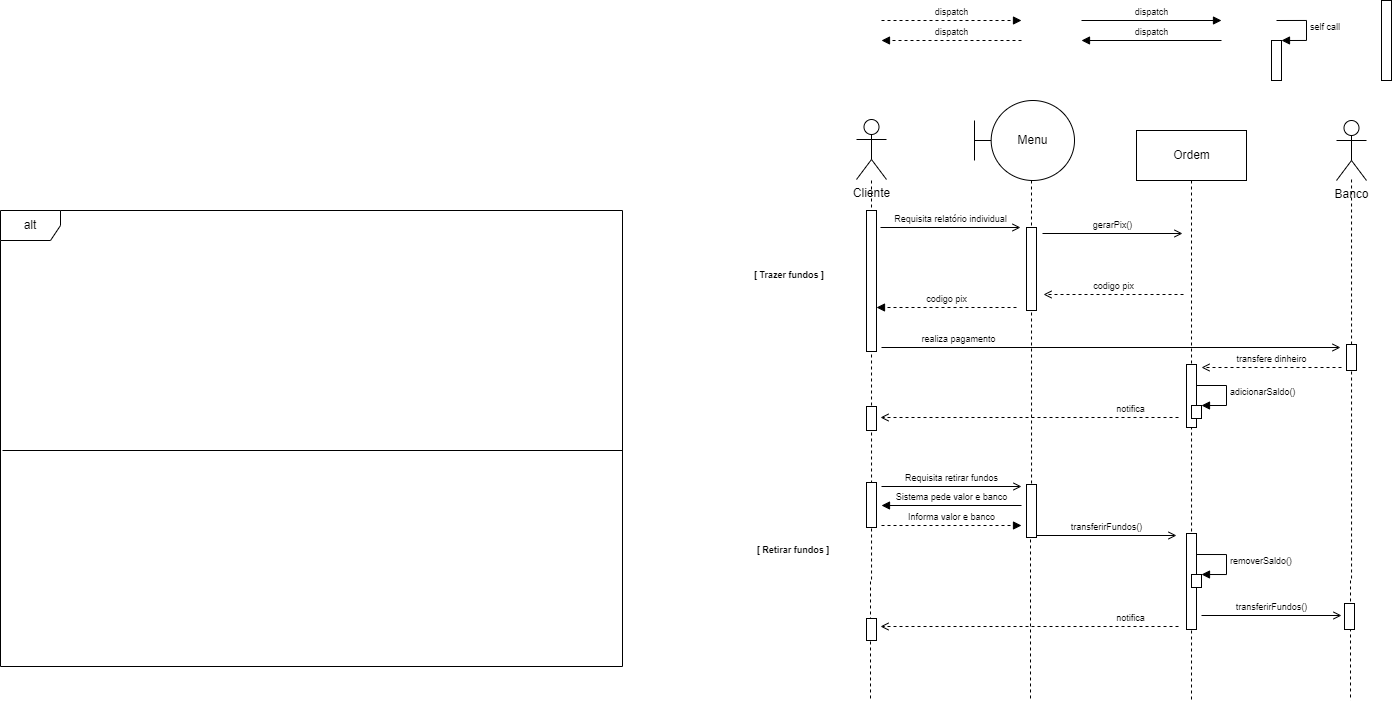
Earlier version of the draw.io export MarketDiagramasDeSequencia/MarketSequencia06.drawio.png (EijiDogen/FEI_MDSMarket). Source tidied: cells renumbered, new cells last; positions are measured from the earlier drawing's top-left corner, leaving out a move shared by most shapes.
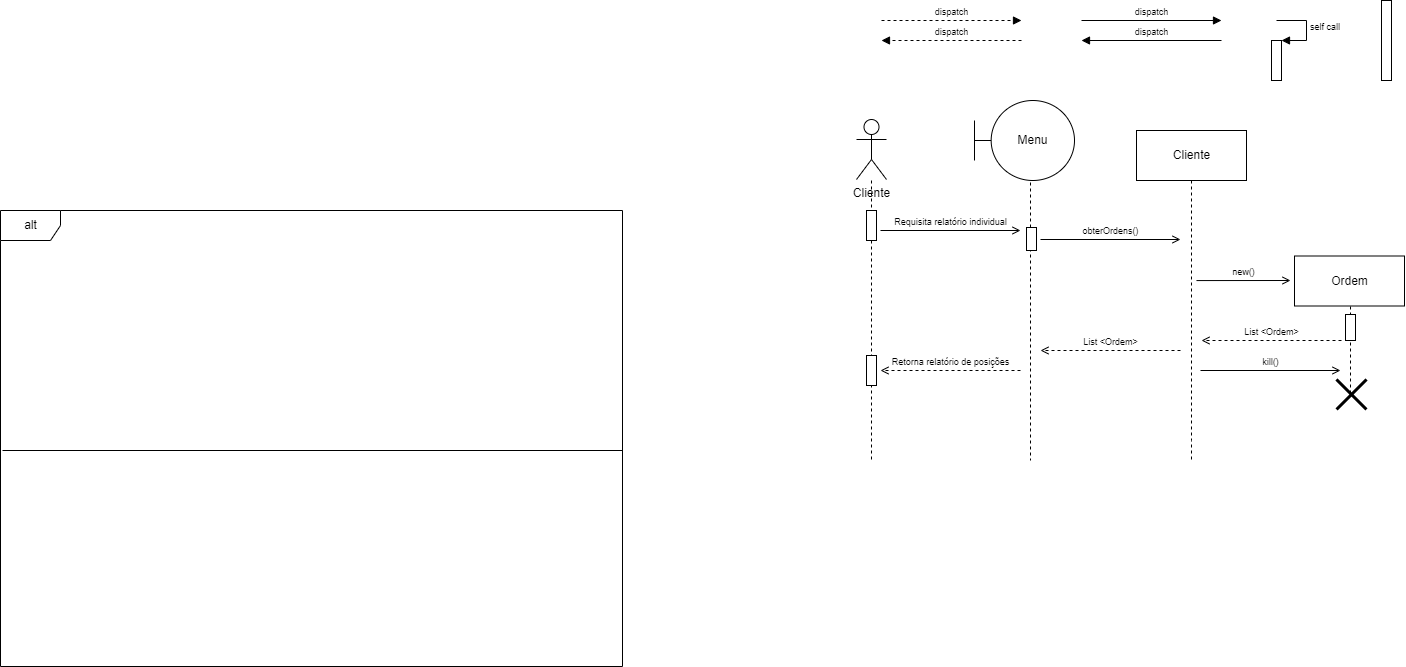
After the change.

Change to the diagram source:
```diff
@@ -5,9 +5,6 @@
     <mxCell id="2" value="alt" style="shape=umlFrame;whiteSpace=wrap;html=1;" parent="1" vertex="1">
       <mxGeometry y="210" width="622" height="456" as="geometry" />
     </mxCell>
-    <mxCell id="3" value="[ Trazer fundos&amp;nbsp;]" style="text;html=1;strokeColor=none;fillColor=none;align=center;verticalAlign=middle;whiteSpace=wrap;rounded=0;fontSize=9;fontStyle=1;" parent="1" vertex="1">
-      <mxGeometry x="730" y="260" width="118" height="30" as="geometry" />
-    </mxCell>
     <mxCell id="4" style="line;strokeWidth=1;fillColor=none;align=left;verticalAlign=middle;spacingTop=-1;spacingLeft=3;spacingRight=3;labelPosition=right;" parent="1" vertex="1">
       <mxGeometry x="2" y="446" width="620" height="8" as="geometry" />
     </mxCell>
@@ -15,34 +12,33 @@
     <mxCell id="6" style="edgeStyle=orthogonalEdgeStyle;rounded=0;orthogonalLoop=1;jettySize=auto;html=1;dashed=1;endArrow=none;endFill=0;" parent="5" edge="1">
       <mxGeometry relative="1" as="geometry">
         <mxPoint x="871" y="180" as="sourcePoint" />
-        <mxPoint x="870" y="700" as="targetPoint" />
+        <mxPoint x="870" y="460" as="targetPoint" />
         <Array as="points">
-          <mxPoint x="871" y="580" />
+          <mxPoint x="871" y="460" />
         </Array>
       </mxGeometry>
     </mxCell>
-    <mxCell id="7" value="Banco" style="shape=umlActor;verticalLabelPosition=bottom;verticalAlign=top;html=1;" parent="5" vertex="1">
-      <mxGeometry x="1336" y="120" width="30" height="60" as="geometry" />
-    </mxCell>
     <mxCell id="8" style="edgeStyle=orthogonalEdgeStyle;rounded=0;orthogonalLoop=1;jettySize=auto;html=1;dashed=1;endArrow=none;endFill=0;anchorPointDirection=1;" parent="5" edge="1">
       <mxGeometry relative="1" as="geometry">
         <mxPoint x="1191" y="180" as="sourcePoint" />
-        <mxPoint x="1191" y="700" as="targetPoint" />
+        <mxPoint x="1190" y="460" as="targetPoint" />
         <Array as="points">
-          <mxPoint x="1191" y="580" />
+          <mxPoint x="1191" y="440" />
+          <mxPoint x="1191" y="440" />
         </Array>
       </mxGeometry>
     </mxCell>
     <mxCell id="9" style="edgeStyle=orthogonalEdgeStyle;rounded=0;orthogonalLoop=1;jettySize=auto;html=1;dashed=1;endArrow=none;endFill=0;" parent="5" edge="1">
       <mxGeometry relative="1" as="geometry">
-        <mxPoint x="1351" y="179" as="sourcePoint" />
-        <mxPoint x="1350" y="700" as="targetPoint" />
+        <mxPoint x="1350" y="300" as="sourcePoint" />
+        <mxPoint x="1350" y="393" as="targetPoint" />
         <Array as="points">
-          <mxPoint x="1351" y="580" />
+          <mxPoint x="1350" y="383" />
+          <mxPoint x="1350" y="383" />
         </Array>
       </mxGeometry>
     </mxCell>
-    <mxCell id="10" value="Ordem" style="html=1;" parent="5" vertex="1">
+    <mxCell id="10" value="Cliente" style="html=1;" parent="5" vertex="1">
       <mxGeometry x="1136" y="130" width="110" height="50" as="geometry" />
     </mxCell>
     <mxCell id="11" value="Cliente" style="shape=umlActor;verticalLabelPosition=bottom;verticalAlign=top;html=1;" parent="5" vertex="1">
@@ -50,133 +46,55 @@
     </mxCell>
     <mxCell id="12" style="edgeStyle=orthogonalEdgeStyle;rounded=0;orthogonalLoop=1;jettySize=auto;html=1;endArrow=none;endFill=0;dashed=1;" parent="5" edge="1">
       <mxGeometry relative="1" as="geometry">
-        <mxPoint x="1031" y="180" as="sourcePoint" />
-        <mxPoint x="1030" y="700" as="targetPoint" />
+        <mxPoint x="1030" y="170" as="sourcePoint" />
+        <mxPoint x="1030" y="460" as="targetPoint" />
         <Array as="points">
-          <mxPoint x="1031" y="510" />
-          <mxPoint x="1030" y="510" />
-          <mxPoint x="1030" y="587" />
+          <mxPoint x="1030" y="450" />
         </Array>
       </mxGeometry>
     </mxCell>
+    <mxCell id="51" value="Ordem" style="html=1;" parent="5" vertex="1">
+      <mxGeometry x="1294" y="255.5" width="110" height="50" as="geometry" />
+    </mxCell>
     <mxCell id="13" value="Active" parent="0" />
     <mxCell id="14" style="html=1;perimeter=orthogonalPerimeter;fontSize=9;" parent="13" vertex="1">
       <mxGeometry x="1381" width="10" height="80" as="geometry" />
     </mxCell>
     <mxCell id="15" style="html=1;perimeter=orthogonalPerimeter;fontSize=9;" parent="13" vertex="1">
-      <mxGeometry x="866" y="210" width="10" height="141" as="geometry" />
+      <mxGeometry x="866" y="210" width="10" height="30" as="geometry" />
     </mxCell>
     <mxCell id="16" style="html=1;perimeter=orthogonalPerimeter;fontSize=9;" parent="13" vertex="1">
-      <mxGeometry x="1026" y="227" width="10" height="83" as="geometry" />
+      <mxGeometry x="1026" y="227" width="10" height="23" as="geometry" />
     </mxCell>
     <mxCell id="17" style="html=1;perimeter=orthogonalPerimeter;fontSize=9;" parent="13" vertex="1">
-      <mxGeometry x="1346" y="344" width="10" height="26" as="geometry" />
+      <mxGeometry x="1345" y="314" width="10" height="26" as="geometry" />
     </mxCell>
-    <mxCell id="18" style="html=1;perimeter=orthogonalPerimeter;fontSize=9;" parent="13" vertex="1">
-      <mxGeometry x="1186" y="364" width="10" height="63" as="geometry" />
-    </mxCell>
-    <mxCell id="19" style="html=1;points=[];perimeter=orthogonalPerimeter;" parent="13" vertex="1">
-      <mxGeometry x="1191" y="405" width="10" height="13" as="geometry" />
-    </mxCell>
-    <mxCell id="20" value="adicionarSaldo()" style="edgeStyle=orthogonalEdgeStyle;html=1;align=left;spacingLeft=2;endArrow=block;rounded=0;entryX=1;entryY=0;fontSize=9;" parent="13" edge="1" target="19">
-      <mxGeometry relative="1" as="geometry">
-        <mxPoint x="1196" y="385" as="sourcePoint" />
-        <Array as="points">
-          <mxPoint x="1226" y="385" />
-        </Array>
-      </mxGeometry>
-    </mxCell>
-    <mxCell id="21" value="[ Retirar fundos ]" style="text;html=1;strokeColor=none;fillColor=none;align=center;verticalAlign=middle;whiteSpace=wrap;rounded=0;fontSize=9;fontStyle=1;" parent="13" vertex="1">
-      <mxGeometry x="740" y="535" width="106" height="30" as="geometry" />
-    </mxCell>
     <mxCell id="22" value="Menu" style="shape=umlBoundary;whiteSpace=wrap;html=1;" parent="13" vertex="1">
       <mxGeometry x="974" y="100" width="100" height="80" as="geometry" />
     </mxCell>
-    <mxCell id="23" value="gerarPix()" style="html=1;verticalAlign=bottom;endArrow=open;rounded=0;fontSize=9;endFill=0;" parent="13" edge="1">
+    <mxCell id="23" value="obterOrdens()" style="html=1;verticalAlign=bottom;endArrow=open;rounded=0;fontSize=9;endFill=0;" parent="13" edge="1">
       <mxGeometry relative="1" as="geometry">
-        <mxPoint x="1042" y="233" as="sourcePoint" />
-        <mxPoint x="1182" y="233" as="targetPoint" />
+        <mxPoint x="1040" y="239" as="sourcePoint" />
+        <mxPoint x="1180" y="239" as="targetPoint" />
       </mxGeometry>
     </mxCell>
-    <mxCell id="24" value="codigo pix" style="html=1;verticalAlign=bottom;endArrow=block;rounded=0;dashed=1;fontSize=9;" parent="13" edge="1">
-      <mxGeometry relative="1" as="geometry">
-        <mxPoint x="1016" y="307" as="sourcePoint" />
-        <mxPoint x="876" y="307" as="targetPoint" />
-      </mxGeometry>
-    </mxCell>
-    <mxCell id="25" value="transfere dinheiro" style="html=1;verticalAlign=bottom;endArrow=open;rounded=0;fontSize=9;dashed=1;endFill=0;" parent="13" edge="1">
+    <mxCell id="25" value="List &amp;lt;Ordem&amp;gt;" style="html=1;verticalAlign=bottom;endArrow=open;rounded=0;fontSize=9;dashed=1;endFill=0;" parent="13" edge="1">
       <mxGeometry relative="1" as="geometry">
-        <mxPoint x="1341" y="367" as="sourcePoint" />
-        <mxPoint x="1201" y="367" as="targetPoint" />
+        <mxPoint x="1341" y="340" as="sourcePoint" />
+        <mxPoint x="1201" y="340" as="targetPoint" />
       </mxGeometry>
     </mxCell>
-    <mxCell id="26" value="notifica" style="html=1;verticalAlign=bottom;endArrow=open;rounded=0;fontSize=9;dashed=1;endFill=0;" parent="13" edge="1">
-      <mxGeometry x="-0.68" relative="1" as="geometry">
-        <mxPoint x="1178" y="417" as="sourcePoint" />
-        <mxPoint x="880" y="417" as="targetPoint" />
+    <mxCell id="26" value="Retorna relatório de posições" style="html=1;verticalAlign=bottom;endArrow=open;rounded=0;fontSize=9;dashed=1;endFill=0;" parent="13" edge="1">
+      <mxGeometry relative="1" as="geometry">
+        <mxPoint x="1020" y="370" as="sourcePoint" />
+        <mxPoint x="880" y="370" as="targetPoint" />
       </mxGeometry>
     </mxCell>
-    <mxCell id="27" style="html=1;perimeter=orthogonalPerimeter;fontSize=9;" parent="13" vertex="1">
-      <mxGeometry x="866" y="406" width="10" height="24" as="geometry" />
-    </mxCell>
-    <mxCell id="28" value="Requisita retirar fundos" style="html=1;verticalAlign=bottom;endArrow=open;rounded=0;fontSize=9;endFill=0;" parent="13" edge="1">
-      <mxGeometry relative="1" as="geometry">
-        <mxPoint x="881" y="486" as="sourcePoint" />
-        <mxPoint x="1021" y="486" as="targetPoint" />
-      </mxGeometry>
-    </mxCell>
-    <mxCell id="29" value="Sistema pede valor e banco" style="html=1;verticalAlign=bottom;endArrow=block;rounded=0;fontSize=9;" parent="13" edge="1">
-      <mxGeometry relative="1" as="geometry">
-        <mxPoint x="1021" y="505" as="sourcePoint" />
-        <mxPoint x="881" y="505" as="targetPoint" />
-      </mxGeometry>
-    </mxCell>
-    <mxCell id="30" value="Informa valor e banco" style="html=1;verticalAlign=bottom;endArrow=block;rounded=0;dashed=1;fontSize=9;" parent="13" edge="1">
-      <mxGeometry relative="1" as="geometry">
-        <mxPoint x="881" y="525" as="sourcePoint" />
-        <mxPoint x="1021" y="525" as="targetPoint" />
-      </mxGeometry>
-    </mxCell>
-    <mxCell id="31" value="transferirFundos()" style="html=1;verticalAlign=bottom;endArrow=open;rounded=0;fontSize=9;endFill=0;" parent="13" edge="1">
-      <mxGeometry relative="1" as="geometry">
-        <mxPoint x="1036" y="535" as="sourcePoint" />
-        <mxPoint x="1176" y="535" as="targetPoint" />
-      </mxGeometry>
-    </mxCell>
-    <mxCell id="32" value="transferirFundos()" style="html=1;verticalAlign=bottom;endArrow=open;rounded=0;fontSize=9;endFill=0;" parent="13" edge="1">
-      <mxGeometry relative="1" as="geometry">
-        <mxPoint x="1201" y="615" as="sourcePoint" />
-        <mxPoint x="1341" y="615" as="targetPoint" />
-      </mxGeometry>
-    </mxCell>
-    <mxCell id="33" style="html=1;perimeter=orthogonalPerimeter;fontSize=9;" parent="13" vertex="1">
-      <mxGeometry x="1186" y="533" width="10" height="96" as="geometry" />
-    </mxCell>
-    <mxCell id="34" style="html=1;points=[];perimeter=orthogonalPerimeter;" parent="13" vertex="1">
-      <mxGeometry x="1191" y="574" width="10" height="13" as="geometry" />
-    </mxCell>
-    <mxCell id="35" value="removerSaldo()" style="edgeStyle=orthogonalEdgeStyle;html=1;align=left;spacingLeft=2;endArrow=block;rounded=0;entryX=1;entryY=0;fontSize=9;" parent="13" edge="1" target="34">
-      <mxGeometry relative="1" as="geometry">
-        <mxPoint x="1196" y="554" as="sourcePoint" />
-        <Array as="points">
-          <mxPoint x="1226" y="554" />
-        </Array>
-      </mxGeometry>
-    </mxCell>
-    <mxCell id="36" style="html=1;perimeter=orthogonalPerimeter;fontSize=9;" parent="13" vertex="1">
-      <mxGeometry x="1344" y="603" width="10" height="26" as="geometry" />
-    </mxCell>
-    <mxCell id="37" style="html=1;perimeter=orthogonalPerimeter;fontSize=9;" parent="13" vertex="1">
-      <mxGeometry x="1026" y="484" width="10" height="53" as="geometry" />
-    </mxCell>
-    <mxCell id="38" style="html=1;perimeter=orthogonalPerimeter;fontSize=9;" parent="13" vertex="1">
-      <mxGeometry x="866" y="482" width="10" height="45" as="geometry" />
-    </mxCell>
     <mxCell id="39" value="Messages" parent="0" />
     <mxCell id="40" value="Requisita relatório individual" style="html=1;verticalAlign=bottom;endArrow=open;rounded=0;fontSize=9;endFill=0;" parent="39" edge="1">
       <mxGeometry relative="1" as="geometry">
-        <mxPoint x="880" y="227" as="sourcePoint" />
-        <mxPoint x="1020" y="227" as="targetPoint" />
+        <mxPoint x="880" y="230" as="sourcePoint" />
+        <mxPoint x="1020" y="230" as="targetPoint" />
       </mxGeometry>
     </mxCell>
     <mxCell id="41" value="dispatch" style="html=1;verticalAlign=bottom;endArrow=block;rounded=0;fontSize=9;" parent="39" edge="1">
@@ -214,26 +132,29 @@
         </Array>
       </mxGeometry>
     </mxCell>
-    <mxCell id="47" value="codigo pix" style="html=1;verticalAlign=bottom;endArrow=open;rounded=0;fontSize=9;dashed=1;endFill=0;" parent="39" edge="1">
-      <mxGeometry relative="1" as="geometry">
-        <mxPoint x="1183" y="294" as="sourcePoint" />
-        <mxPoint x="1043" y="294" as="targetPoint" />
-      </mxGeometry>
-    </mxCell>
-    <mxCell id="48" value="realiza pagamento" style="html=1;verticalAlign=bottom;endArrow=open;rounded=0;fontSize=9;endFill=0;" parent="39" edge="1">
-      <mxGeometry x="-0.67" relative="1" as="geometry">
-        <mxPoint x="881" y="347" as="sourcePoint" />
-        <mxPoint x="1340" y="347" as="targetPoint" />
-      </mxGeometry>
-    </mxCell>
-    <mxCell id="49" value="notifica" style="html=1;verticalAlign=bottom;endArrow=open;rounded=0;fontSize=9;dashed=1;endFill=0;" parent="39" edge="1">
-      <mxGeometry x="-0.68" relative="1" as="geometry">
-        <mxPoint x="1178" y="626" as="sourcePoint" />
-        <mxPoint x="880" y="626" as="targetPoint" />
-      </mxGeometry>
-    </mxCell>
-    <mxCell id="50" style="html=1;perimeter=orthogonalPerimeter;fontSize=9;" parent="39" vertex="1">
-      <mxGeometry x="866" y="618" width="10" height="22" as="geometry" />
-    </mxCell>
+    <mxCell id="52" value="new()" style="html=1;verticalAlign=bottom;endArrow=open;rounded=0;fontSize=9;endFill=0;" parent="39" edge="1">
+      <mxGeometry relative="1" as="geometry">
+        <mxPoint x="1196" y="280.1" as="sourcePoint" />
+        <mxPoint x="1290" y="280" as="targetPoint" />
+      </mxGeometry>
+    </mxCell>
+    <mxCell id="53" value="List &amp;lt;Ordem&amp;gt;" style="html=1;verticalAlign=bottom;endArrow=open;rounded=0;fontSize=9;dashed=1;endFill=0;" parent="39" edge="1">
+      <mxGeometry relative="1" as="geometry">
+        <mxPoint x="1180" y="350" as="sourcePoint" />
+        <mxPoint x="1040" y="350" as="targetPoint" />
+      </mxGeometry>
+    </mxCell>
+    <mxCell id="54" style="html=1;perimeter=orthogonalPerimeter;fontSize=9;" parent="39" vertex="1">
+      <mxGeometry x="866" y="355" width="10" height="30" as="geometry" />
+    </mxCell>
+    <mxCell id="55" value="kill()" style="html=1;verticalAlign=bottom;endArrow=open;rounded=0;fontSize=9;endFill=0;" parent="39" edge="1">
+      <mxGeometry relative="1" as="geometry">
+        <mxPoint x="1200" y="370" as="sourcePoint" />
+        <mxPoint x="1340" y="370" as="targetPoint" />
+      </mxGeometry>
+    </mxCell>
+    <mxCell id="56" style="shape=umlDestroy;whiteSpace=wrap;html=1;strokeWidth=3;" parent="39" vertex="1">
+      <mxGeometry x="1336" y="379" width="30" height="30" as="geometry" />
+    </mxCell>
   </root>
 </mxGraphModel>
```
